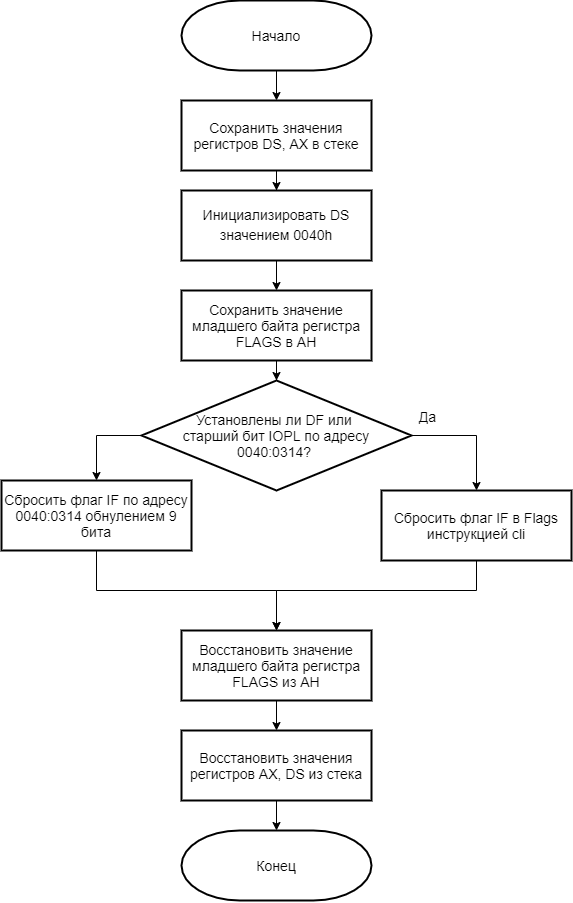
This is lab1_1/выполнение/int8-Страница 3.png from alena-zayts/BMSTU_5sem_operating_systems, a draw.io export, as it was before one commit. Source tidied: cells renumbered, new cells last; positions are measured from the earlier drawing's top-left corner, leaving out a move shared by most shapes. Source of this version:
```xml
<mxGraphModel>
  <root>
    <mxCell id="0" />
    <mxCell id="1" parent="0" />
    <mxCell id="2" style="edgeStyle=orthogonalEdgeStyle;rounded=0;jettySize=auto;html=1;entryX=0.5;entryY=0;entryDx=0;entryDy=0;endArrow=classic;endFill=1;fontSize=14;" parent="1" edge="1" source="3" target="5">
      <mxGeometry relative="1" as="geometry" />
    </mxCell>
    <mxCell id="3" value="Начало" style="strokeWidth=2;html=1;shape=mxgraph.flowchart.terminator;whiteSpace=wrap;fontSize=14;fontFamily=Helvetica;" parent="1" vertex="1">
      <mxGeometry x="180" width="190" height="70" as="geometry" />
    </mxCell>
    <mxCell id="4" style="edgeStyle=orthogonalEdgeStyle;rounded=0;jettySize=auto;html=1;" parent="1" edge="1" source="5" target="7">
      <mxGeometry relative="1" as="geometry" />
    </mxCell>
    <mxCell id="5" value="Сохранить значения регистров DS, AX в стеке" style="rounded=0;whiteSpace=wrap;html=1;strokeWidth=2;fontSize=14;" parent="1" vertex="1">
      <mxGeometry x="180" y="100" width="190" height="70" as="geometry" />
    </mxCell>
    <mxCell id="6" style="edgeStyle=orthogonalEdgeStyle;rounded=0;jettySize=auto;html=1;entryX=0.5;entryY=0;entryDx=0;entryDy=0;" parent="1" edge="1" source="7" target="9">
      <mxGeometry relative="1" as="geometry" />
    </mxCell>
    <mxCell id="7" value="Инициализировать DS значением 0040h&lt;span lang=&quot;EN-US&quot; style=&quot;font-size: 14.0pt ; font-family: &amp;#34;times new roman&amp;#34; , &amp;#34;serif&amp;#34; ; color: #7f7f7f&quot;&gt;&lt;/span&gt;" style="rounded=0;whiteSpace=wrap;html=1;strokeWidth=2;fontSize=14;" parent="1" vertex="1">
      <mxGeometry x="180" y="190" width="190" height="70" as="geometry" />
    </mxCell>
    <mxCell id="8" style="edgeStyle=orthogonalEdgeStyle;rounded=0;jettySize=auto;html=1;entryX=0.5;entryY=0;entryDx=0;entryDy=0;" parent="1" edge="1" source="9" target="13">
      <mxGeometry relative="1" as="geometry" />
    </mxCell>
    <mxCell id="9" value="Сохранить значение младшего байта регистра FLAGS в AH" style="rounded=0;whiteSpace=wrap;html=1;strokeWidth=2;fontSize=14;" parent="1" vertex="1">
      <mxGeometry x="180" y="290" width="190" height="70" as="geometry" />
    </mxCell>
    <mxCell id="10" style="edgeStyle=orthogonalEdgeStyle;rounded=0;jettySize=auto;html=1;entryX=0.5;entryY=0;entryDx=0;entryDy=0;exitX=1;exitY=0.5;exitDx=0;exitDy=0;" parent="1" edge="1" source="13" target="15">
      <mxGeometry relative="1" as="geometry" />
    </mxCell>
    <mxCell id="11" value="Да" style="edgeLabel;html=1;align=center;verticalAlign=middle;fontSize=14;" parent="10" vertex="1">
      <mxGeometry x="-0.69" y="2" relative="1" as="geometry">
        <mxPoint x="-3" y="-18" as="offset" />
      </mxGeometry>
    </mxCell>
    <mxCell id="12" style="edgeStyle=orthogonalEdgeStyle;rounded=0;jettySize=auto;html=1;endArrow=classic;endFill=1;fontSize=14;exitX=0;exitY=0.5;exitDx=0;exitDy=0;" parent="1" edge="1" source="13" target="19">
      <mxGeometry relative="1" as="geometry" />
    </mxCell>
    <mxCell id="13" value="Установлены ли DF или &lt;br&gt;старший бит IOPL по адресу 0040:0314?&amp;nbsp;" style="rhombus;whiteSpace=wrap;html=1;strokeWidth=2;fontSize=14;" parent="1" vertex="1">
      <mxGeometry x="140" y="380" width="270" height="110" as="geometry" />
    </mxCell>
    <mxCell id="14" style="edgeStyle=orthogonalEdgeStyle;rounded=0;jettySize=auto;html=1;exitX=0.5;exitY=1;exitDx=0;exitDy=0;entryX=0.5;entryY=0;entryDx=0;entryDy=0;fontSize=14;" parent="1" edge="1" source="15" target="21">
      <mxGeometry relative="1" as="geometry">
        <Array as="points">
          <mxPoint x="475" y="590" />
          <mxPoint x="275" y="590" />
        </Array>
      </mxGeometry>
    </mxCell>
    <mxCell id="15" value="Сбросить флаг IF в Flags инструкцией cli" style="rounded=0;whiteSpace=wrap;html=1;strokeWidth=2;fontSize=14;" parent="1" vertex="1">
      <mxGeometry x="380" y="490" width="190" height="70" as="geometry" />
    </mxCell>
    <mxCell id="16" style="edgeStyle=orthogonalEdgeStyle;rounded=0;jettySize=auto;html=1;endArrow=classic;endFill=1;fontSize=14;" parent="1" edge="1" source="17" target="22">
      <mxGeometry relative="1" as="geometry" />
    </mxCell>
    <mxCell id="17" value="Восстановить значения регистров AX, DS из стека" style="rounded=0;whiteSpace=wrap;html=1;strokeWidth=2;fontSize=14;" parent="1" vertex="1">
      <mxGeometry x="180" y="730" width="190" height="70" as="geometry" />
    </mxCell>
    <mxCell id="18" style="edgeStyle=orthogonalEdgeStyle;rounded=0;jettySize=auto;html=1;endArrow=classic;endFill=1;fontSize=14;entryX=0.5;entryY=0;entryDx=0;entryDy=0;" parent="1" edge="1" source="19" target="21">
      <mxGeometry relative="1" as="geometry">
        <Array as="points">
          <mxPoint x="95" y="590" />
          <mxPoint x="275" y="590" />
        </Array>
      </mxGeometry>
    </mxCell>
    <mxCell id="19" value="Сбросить флаг IF по адресу&lt;br&gt;0040:0314 обнулением 9 бита" style="rounded=0;whiteSpace=wrap;html=1;strokeWidth=2;fontSize=14;" parent="1" vertex="1">
      <mxGeometry y="480" width="190" height="70" as="geometry" />
    </mxCell>
    <mxCell id="20" style="edgeStyle=orthogonalEdgeStyle;rounded=0;jettySize=auto;html=1;entryX=0.5;entryY=0;entryDx=0;entryDy=0;endArrow=classic;endFill=1;fontSize=14;" parent="1" edge="1" source="21" target="17">
      <mxGeometry relative="1" as="geometry" />
    </mxCell>
    <mxCell id="21" value="Восстановить значение младшего байта регистра FLAGS из AH" style="rounded=0;whiteSpace=wrap;html=1;strokeWidth=2;fontSize=14;" parent="1" vertex="1">
      <mxGeometry x="180" y="630" width="190" height="70" as="geometry" />
    </mxCell>
    <mxCell id="22" value="Конец" style="strokeWidth=2;html=1;shape=mxgraph.flowchart.terminator;whiteSpace=wrap;fontSize=14;fontFamily=Helvetica;" parent="1" vertex="1">
      <mxGeometry x="180" y="830" width="190" height="70" as="geometry" />
    </mxCell>
  </root>
</mxGraphModel>
```
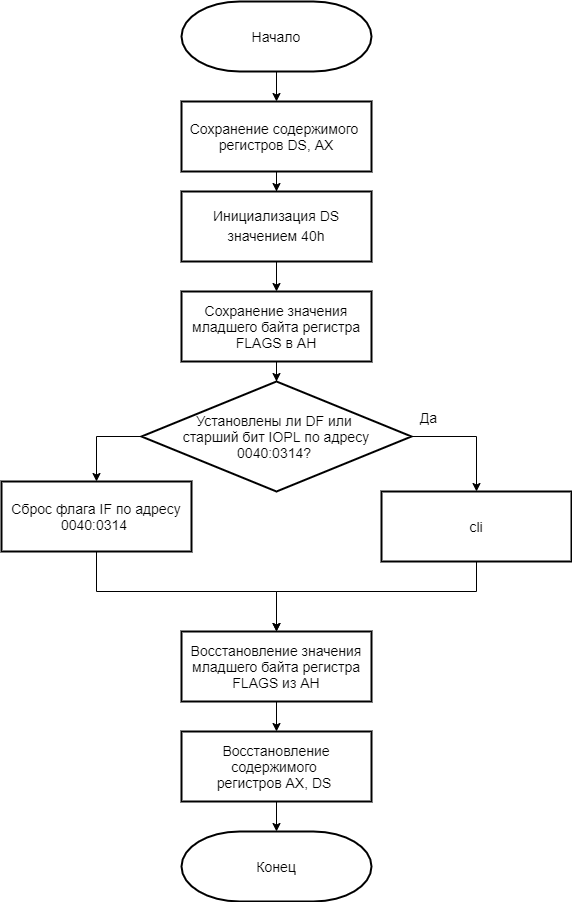
Above is the later version.

The edit, as a diff of the source:
```diff
@@ -11,19 +11,19 @@
     <mxCell id="4" style="edgeStyle=orthogonalEdgeStyle;rounded=0;jettySize=auto;html=1;" parent="1" edge="1" source="5" target="7">
       <mxGeometry relative="1" as="geometry" />
     </mxCell>
-    <mxCell id="5" value="Сохранить значения регистров DS, AX в стеке" style="rounded=0;whiteSpace=wrap;html=1;strokeWidth=2;fontSize=14;" parent="1" vertex="1">
+    <mxCell id="5" value="Сохранение содержимого&amp;nbsp;&lt;br&gt;регистров DS, AX" style="rounded=0;whiteSpace=wrap;html=1;strokeWidth=2;fontSize=14;" parent="1" vertex="1">
       <mxGeometry x="180" y="100" width="190" height="70" as="geometry" />
     </mxCell>
     <mxCell id="6" style="edgeStyle=orthogonalEdgeStyle;rounded=0;jettySize=auto;html=1;entryX=0.5;entryY=0;entryDx=0;entryDy=0;" parent="1" edge="1" source="7" target="9">
       <mxGeometry relative="1" as="geometry" />
     </mxCell>
-    <mxCell id="7" value="Инициализировать DS значением 0040h&lt;span lang=&quot;EN-US&quot; style=&quot;font-size: 14.0pt ; font-family: &amp;#34;times new roman&amp;#34; , &amp;#34;serif&amp;#34; ; color: #7f7f7f&quot;&gt;&lt;/span&gt;" style="rounded=0;whiteSpace=wrap;html=1;strokeWidth=2;fontSize=14;" parent="1" vertex="1">
+    <mxCell id="7" value="Инициализация DS значением 40h&lt;span lang=&quot;EN-US&quot; style=&quot;font-size: 14.0pt ; font-family: &amp;#34;times new roman&amp;#34; , &amp;#34;serif&amp;#34; ; color: #7f7f7f&quot;&gt;&lt;/span&gt;" style="rounded=0;whiteSpace=wrap;html=1;strokeWidth=2;fontSize=14;" parent="1" vertex="1">
       <mxGeometry x="180" y="190" width="190" height="70" as="geometry" />
     </mxCell>
     <mxCell id="8" style="edgeStyle=orthogonalEdgeStyle;rounded=0;jettySize=auto;html=1;entryX=0.5;entryY=0;entryDx=0;entryDy=0;" parent="1" edge="1" source="9" target="13">
       <mxGeometry relative="1" as="geometry" />
     </mxCell>
-    <mxCell id="9" value="Сохранить значение младшего байта регистра FLAGS в AH" style="rounded=0;whiteSpace=wrap;html=1;strokeWidth=2;fontSize=14;" parent="1" vertex="1">
+    <mxCell id="9" value="Сохранение значения младшего байта регистра FLAGS в AH" style="rounded=0;whiteSpace=wrap;html=1;strokeWidth=2;fontSize=14;" parent="1" vertex="1">
       <mxGeometry x="180" y="290" width="190" height="70" as="geometry" />
     </mxCell>
     <mxCell id="10" style="edgeStyle=orthogonalEdgeStyle;rounded=0;jettySize=auto;html=1;entryX=0.5;entryY=0;entryDx=0;entryDy=0;exitX=1;exitY=0.5;exitDx=0;exitDy=0;" parent="1" edge="1" source="13" target="15">
@@ -48,13 +48,13 @@
         </Array>
       </mxGeometry>
     </mxCell>
-    <mxCell id="15" value="Сбросить флаг IF в Flags инструкцией cli" style="rounded=0;whiteSpace=wrap;html=1;strokeWidth=2;fontSize=14;" parent="1" vertex="1">
+    <mxCell id="15" value="cli" style="rounded=0;whiteSpace=wrap;html=1;strokeWidth=2;fontSize=14;" parent="1" vertex="1">
       <mxGeometry x="380" y="490" width="190" height="70" as="geometry" />
     </mxCell>
     <mxCell id="16" style="edgeStyle=orthogonalEdgeStyle;rounded=0;jettySize=auto;html=1;endArrow=classic;endFill=1;fontSize=14;" parent="1" edge="1" source="17" target="22">
       <mxGeometry relative="1" as="geometry" />
     </mxCell>
-    <mxCell id="17" value="Восстановить значения регистров AX, DS из стека" style="rounded=0;whiteSpace=wrap;html=1;strokeWidth=2;fontSize=14;" parent="1" vertex="1">
+    <mxCell id="17" value="Восстановление содержимого &lt;br&gt;регистров AX, DS&amp;nbsp;" style="rounded=0;whiteSpace=wrap;html=1;strokeWidth=2;fontSize=14;" parent="1" vertex="1">
       <mxGeometry x="180" y="730" width="190" height="70" as="geometry" />
     </mxCell>
     <mxCell id="18" style="edgeStyle=orthogonalEdgeStyle;rounded=0;jettySize=auto;html=1;endArrow=classic;endFill=1;fontSize=14;entryX=0.5;entryY=0;entryDx=0;entryDy=0;" parent="1" edge="1" source="19" target="21">
@@ -65,13 +65,13 @@
         </Array>
       </mxGeometry>
     </mxCell>
-    <mxCell id="19" value="Сбросить флаг IF по адресу&lt;br&gt;0040:0314 обнулением 9 бита" style="rounded=0;whiteSpace=wrap;html=1;strokeWidth=2;fontSize=14;" parent="1" vertex="1">
+    <mxCell id="19" value="Сброс флага IF по адресу&lt;br&gt;0040:0314&amp;nbsp;" style="rounded=0;whiteSpace=wrap;html=1;strokeWidth=2;fontSize=14;" parent="1" vertex="1">
       <mxGeometry y="480" width="190" height="70" as="geometry" />
     </mxCell>
     <mxCell id="20" style="edgeStyle=orthogonalEdgeStyle;rounded=0;jettySize=auto;html=1;entryX=0.5;entryY=0;entryDx=0;entryDy=0;endArrow=classic;endFill=1;fontSize=14;" parent="1" edge="1" source="21" target="17">
       <mxGeometry relative="1" as="geometry" />
     </mxCell>
-    <mxCell id="21" value="Восстановить значение младшего байта регистра FLAGS из AH" style="rounded=0;whiteSpace=wrap;html=1;strokeWidth=2;fontSize=14;" parent="1" vertex="1">
+    <mxCell id="21" value="Восстановление значения младшего байта регистра FLAGS из AH" style="rounded=0;whiteSpace=wrap;html=1;strokeWidth=2;fontSize=14;" parent="1" vertex="1">
       <mxGeometry x="180" y="630" width="190" height="70" as="geometry" />
     </mxCell>
     <mxCell id="22" value="Конец" style="strokeWidth=2;html=1;shape=mxgraph.flowchart.terminator;whiteSpace=wrap;fontSize=14;fontFamily=Helvetica;" parent="1" vertex="1">
```
